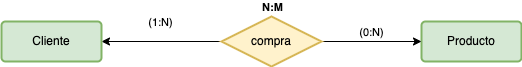
MoisesALH/base-datos keeps this draw.io diagram as ER/tareas/tarea1/img/Ej-3.png. Above is the earlier version. Source tidied: cells renumbered, new cells last; positions are measured from the earlier drawing's top-left corner, leaving out a move shared by most shapes.
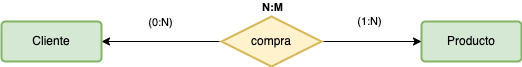
The same diagram one commit later.

The edit, as a diff of the source:
```diff
@@ -5,7 +5,7 @@
     <mxCell id="2" style="edgeStyle=orthogonalEdgeStyle;rounded=0;jettySize=auto;html=1;endArrow=none;endFill=0;startArrow=classic;startFill=1;" parent="1" edge="1" source="4" target="8">
       <mxGeometry relative="1" as="geometry" />
     </mxCell>
-    <mxCell id="3" value="(1:N)" style="edgeLabel;html=1;align=center;verticalAlign=middle;" parent="2" vertex="1">
+    <mxCell id="3" value="(0:N)" style="edgeLabel;html=1;align=center;verticalAlign=middle;" parent="2" vertex="1">
       <mxGeometry x="-0.03" y="-1" relative="1" as="geometry">
         <mxPoint y="-21" as="offset" />
       </mxGeometry>
@@ -27,8 +27,10 @@
     <mxCell id="8" value="compra" style="shape=rhombus;perimeter=rhombusPerimeter;whiteSpace=wrap;html=1;align=center;strokeWidth=2;fillColor=#fff2cc;strokeColor=#d6b656;" parent="1" vertex="1">
       <mxGeometry x="220" width="100" height="50" as="geometry" />
     </mxCell>
-    <mxCell id="9" value="(0:N)" style="edgeLabel;html=1;align=center;verticalAlign=middle;" parent="1" vertex="1">
-      <mxGeometry x="369" y="15" as="geometry" />
+    <mxCell id="9" value="(1:N)" style="edgeLabel;html=1;align=center;verticalAlign=middle;" parent="1" vertex="1">
+      <mxGeometry x="369" y="7" as="geometry">
+        <mxPoint x="-2" y="-3" as="offset" />
+      </mxGeometry>
     </mxCell>
   </root>
 </mxGraphModel>
```
